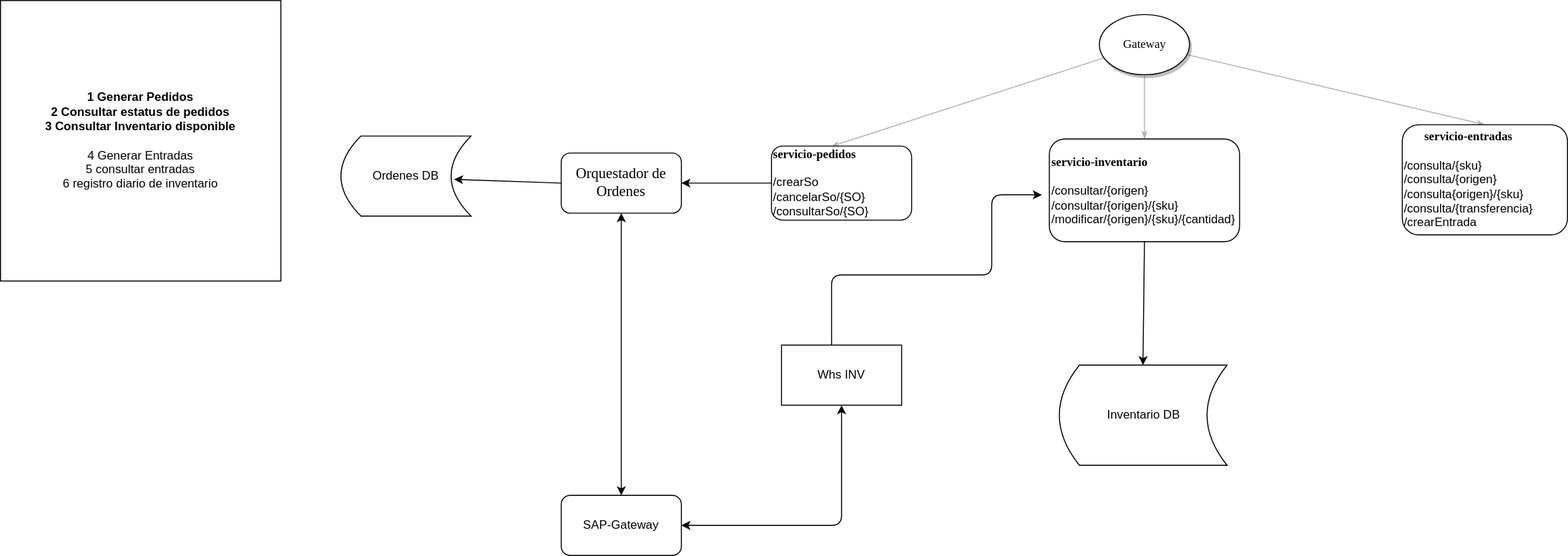
erick12357/pruebaRest keeps this draw.io diagram as Untitled Diagram.svg. Above is the earlier version. Source tidied: cells renumbered, new cells last; positions are measured from the earlier drawing's top-left corner, leaving out a move shared by most shapes.
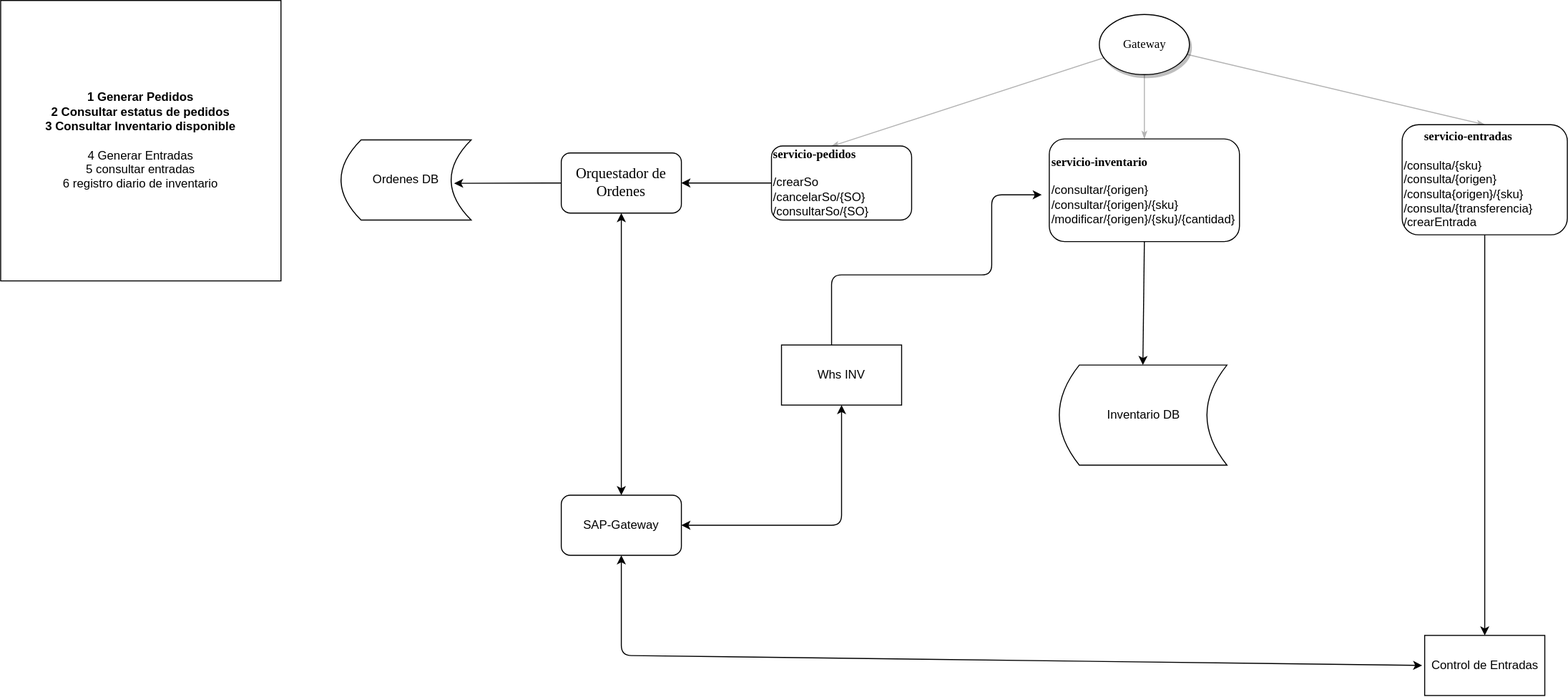
The same diagram one commit later.

Change to the diagram source:
```diff
@@ -44,7 +44,7 @@
       <mxGeometry relative="1" as="geometry" />
     </mxCell>
     <mxCell id="15" value="Ordenes DB" style="shape=dataStorage;whiteSpace=wrap;html=1;fixedSize=1;" parent="1" vertex="1">
-      <mxGeometry x="340" y="135.2" width="130" height="80" as="geometry" />
+      <mxGeometry x="340" y="139.2" width="130" height="80" as="geometry" />
     </mxCell>
     <mxCell id="16" style="endArrow=classic;html=1;entryX=0.869;entryY=0.541;entryDx=0;entryDy=0;entryPerimeter=0;exitX=0;exitY=0.5;exitDx=0;exitDy=0;" parent="1" edge="1" source="13" target="15">
       <mxGeometry relative="1" as="geometry" />
@@ -72,5 +72,19 @@
         </Array>
       </mxGeometry>
     </mxCell>
+    <mxCell id="21" value="Control de Entradas" style="rounded=0;whiteSpace=wrap;html=1;" parent="1" vertex="1">
+      <mxGeometry x="1422.5" y="634" width="120" height="60" as="geometry" />
+    </mxCell>
+    <mxCell id="22" style="endArrow=classic;html=1;entryX=0.5;entryY=0;entryDx=0;entryDy=0;exitX=0.5;exitY=1;exitDx=0;exitDy=0;" parent="1" edge="1" source="10" target="21">
+      <mxGeometry relative="1" as="geometry" />
+    </mxCell>
+    <mxCell id="23" style="endArrow=classic;startArrow=classic;html=1;exitX=0.5;exitY=1;exitDx=0;exitDy=0;" parent="1" edge="1" source="12">
+      <mxGeometry relative="1" as="geometry">
+        <mxPoint x="1420" y="664" as="targetPoint" />
+        <Array as="points">
+          <mxPoint x="620" y="654" />
+        </Array>
+      </mxGeometry>
+    </mxCell>
   </root>
 </mxGraphModel>
```
